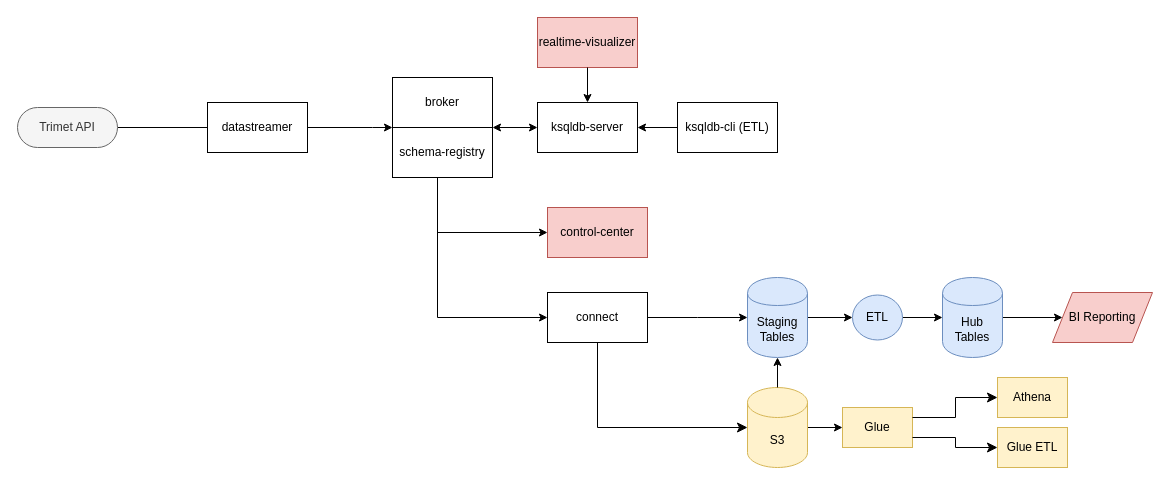
Before: Documentation/Models/transportation_hub_architecture.drawio in ResourceDataInc/TransportationHub, a draw.io diagram. Source tidied: cells renumbered, new cells numbered last; positions are measured from the earlier drawing's top-left corner, leaving out a move shared by most shapes. Both pictures are drawn from the tidied source at 100%, with x=0, y=0 at pixel (17, 17).
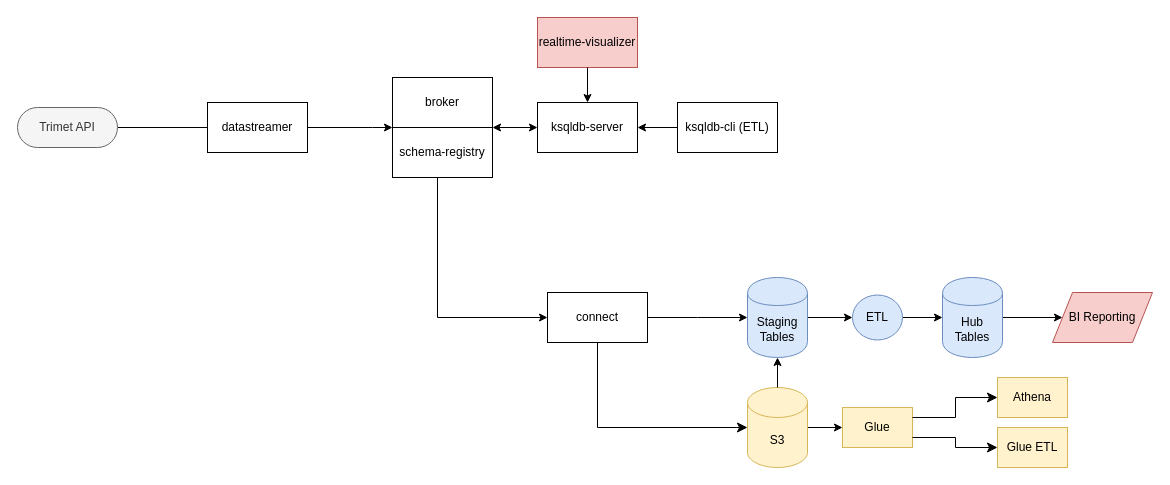
Above is the later version.

Unchanged cells that the change refers to:
```xml
<mxCell id="14" value="schema-registry" style="html=1;dashed=0;whiteSpace=wrap;" parent="1" vertex="1">
  <mxGeometry x="375" y="110" width="100" height="50" as="geometry" />
</mxCell>
```

Diff of the diagram source:
```diff
@@
-    <mxCell id="12" style="edgeStyle=orthogonalEdgeStyle;rounded=0;jettySize=auto;html=1;entryX=0;entryY=0.5;entryDx=0;entryDy=0;" parent="1" edge="1" source="14" target="22">
-      <mxGeometry relative="1" as="geometry">
-        <Array as="points">
-          <mxPoint x="420" y="215" />
-        </Array>
-      </mxGeometry>
-    </mxCell>
@@
-    <mxCell id="22" value="control-center" style="html=1;dashed=0;whiteSpace=wrap;fillColor=#f8cecc;strokeColor=#b85450;" parent="1" vertex="1">
-      <mxGeometry x="530" y="190" width="100" height="50" as="geometry" />
-    </mxCell>
```
